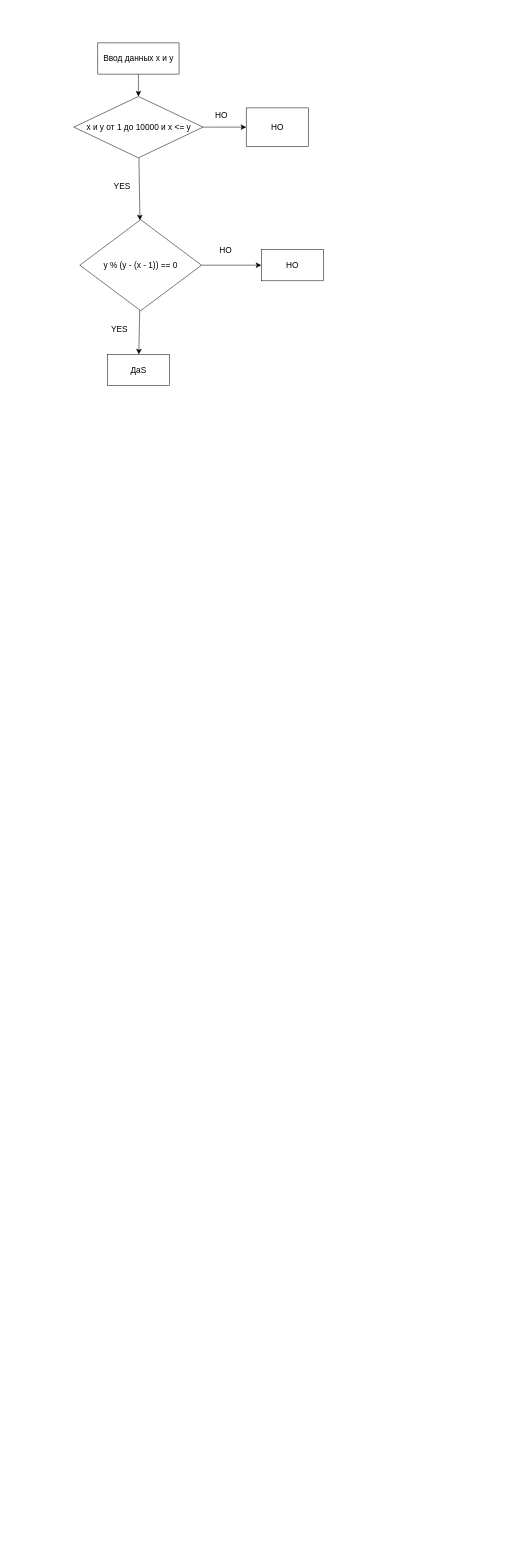
This is 12ооо.drawio from Marina-Tri/trifonova-marina-algoritm, a draw.io file, before an edit. Source tidied: cells renumbered, new cells numbered last; positions are measured from the earlier drawing's top-left corner, leaving out a move shared by most shapes. Both pictures are drawn from the tidied source at 52%, with x=0, y=0 at pixel (74, 43).
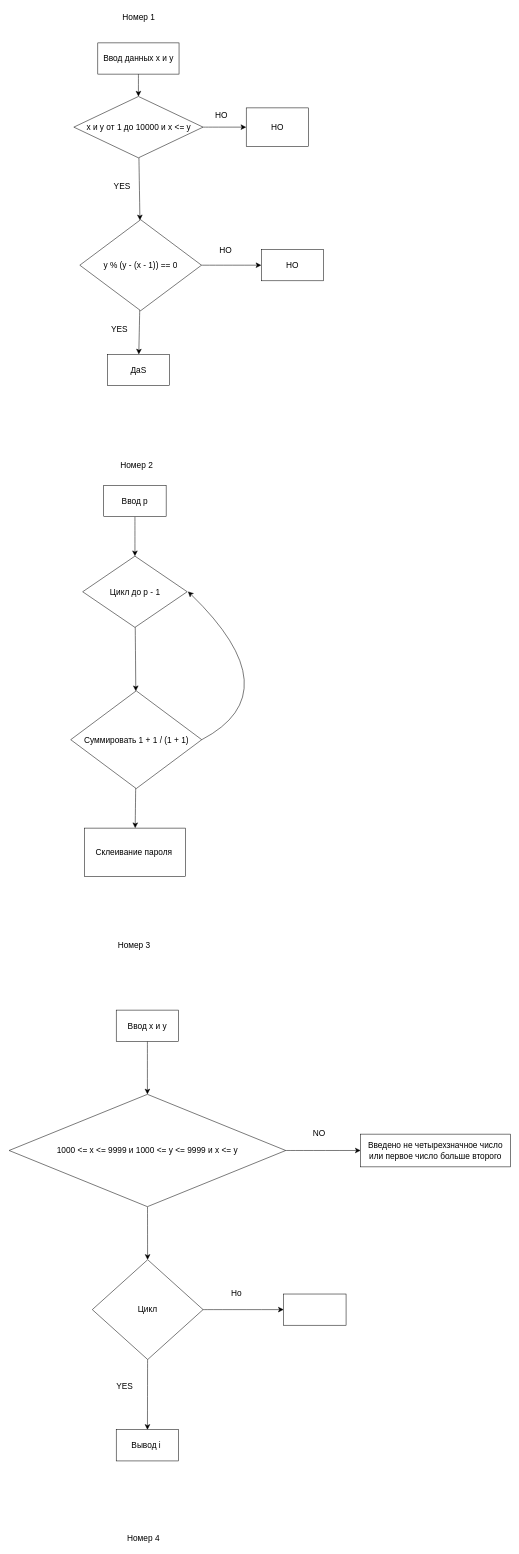
Above is the later version.

Diff of the diagram source:
```diff
@@
+    <mxCell id="17" value="Номер 1" style="text;html=1;align=center;verticalAlign=middle;strokeColor=none;fillColor=none;fontSize=16;" parent="1" vertex="1">
+      <mxGeometry x="83.3" y="-65" width="81" height="31" as="geometry" />
+    </mxCell>
+    <mxCell id="18" value="Номер 2" style="text;html=1;align=center;verticalAlign=middle;strokeColor=none;fillColor=none;fontSize=16;" parent="1" vertex="1">
+      <mxGeometry x="79" y="796" width="81" height="31" as="geometry" />
+    </mxCell>
+    <mxCell id="19" style="edgeStyle=none;curved=1;rounded=0;jettySize=auto;html=1;fontSize=12;startSize=8;endSize=8;" parent="1" edge="1" source="20" target="22">
+      <mxGeometry relative="1" as="geometry" />
+    </mxCell>
+    <mxCell id="20" value="Ввод р" style="whiteSpace=wrap;html=1;fontSize=16;" parent="1" vertex="1">
+      <mxGeometry x="57" y="851" width="120" height="60" as="geometry" />
+    </mxCell>
+    <mxCell id="21" style="edgeStyle=none;curved=1;rounded=0;jettySize=auto;html=1;fontSize=12;startSize=8;endSize=8;" parent="1" edge="1" source="22" target="25">
+      <mxGeometry relative="1" as="geometry" />
+    </mxCell>
+    <mxCell id="22" value="Цикл до р - 1" style="rhombus;whiteSpace=wrap;html=1;fontSize=16;" parent="1" vertex="1">
+      <mxGeometry x="16.5" y="987" width="201" height="137" as="geometry" />
+    </mxCell>
+    <mxCell id="23" style="edgeStyle=none;curved=1;rounded=0;jettySize=auto;html=1;fontSize=12;startSize=8;endSize=8;exitX=1;exitY=0.5;exitDx=0;exitDy=0;" parent="1" edge="1" source="25">
+      <mxGeometry relative="1" as="geometry">
+        <mxPoint x="219" y="1055" as="targetPoint" />
+        <Array as="points">
+          <mxPoint x="419" y="1249" />
+        </Array>
+      </mxGeometry>
+    </mxCell>
+    <mxCell id="24" style="edgeStyle=none;curved=1;rounded=0;jettySize=auto;html=1;fontSize=12;startSize=8;endSize=8;" parent="1" edge="1" source="25" target="26">
+      <mxGeometry relative="1" as="geometry" />
+    </mxCell>
+    <mxCell id="25" value="Суммировать 1 + 1 / (1 + 1)" style="rhombus;whiteSpace=wrap;html=1;fontSize=16;" parent="1" vertex="1">
+      <mxGeometry x="-6.5" y="1246" width="252" height="188" as="geometry" />
+    </mxCell>
+    <mxCell id="26" value="Склеивание пароля&amp;nbsp;" style="whiteSpace=wrap;html=1;fontSize=16;" parent="1" vertex="1">
+      <mxGeometry x="19.6" y="1510" width="194.7" height="93" as="geometry" />
+    </mxCell>
+    <mxCell id="27" value="Номер 3" style="text;html=1;align=center;verticalAlign=middle;strokeColor=none;fillColor=none;fontSize=16;" parent="1" vertex="1">
+      <mxGeometry x="74" y="1719" width="81" height="31" as="geometry" />
+    </mxCell>
+    <mxCell id="28" style="edgeStyle=none;curved=1;rounded=0;jettySize=auto;html=1;fontSize=12;startSize=8;endSize=8;" parent="1" edge="1" source="29" target="32">
+      <mxGeometry relative="1" as="geometry" />
+    </mxCell>
+    <mxCell id="29" value="Ввод х и у" style="whiteSpace=wrap;html=1;fontSize=16;" parent="1" vertex="1">
+      <mxGeometry x="81" y="1860" width="120" height="60" as="geometry" />
+    </mxCell>
+    <mxCell id="30" style="edgeStyle=none;curved=1;rounded=0;jettySize=auto;html=1;fontSize=12;startSize=8;endSize=8;" parent="1" edge="1" source="32" target="33">
+      <mxGeometry relative="1" as="geometry" />
+    </mxCell>
+    <mxCell id="31" style="edgeStyle=none;curved=1;rounded=0;jettySize=auto;html=1;fontSize=12;startSize=8;endSize=8;" parent="1" edge="1" source="32" target="37">
+      <mxGeometry relative="1" as="geometry" />
+    </mxCell>
+    <mxCell id="32" value="1000 &amp;lt;= x &amp;lt;= 9999 и 1000 &amp;lt;= y &amp;lt;= 9999 и x &amp;lt;= y" style="rhombus;whiteSpace=wrap;html=1;fontSize=16;" parent="1" vertex="1">
+      <mxGeometry x="-125" y="2022" width="532" height="216" as="geometry" />
+    </mxCell>
+    <mxCell id="33" value="Введено не четырехзначное число или первое число больше второго" style="whiteSpace=wrap;html=1;fontSize=16;" parent="1" vertex="1">
+      <mxGeometry x="551" y="2098.5" width="288" height="63" as="geometry" />
+    </mxCell>
+    <mxCell id="34" value="NO" style="text;html=1;align=center;verticalAlign=middle;strokeColor=none;fillColor=none;fontSize=16;" parent="1" vertex="1">
+      <mxGeometry x="451" y="2081" width="40" height="31" as="geometry" />
+    </mxCell>
+    <mxCell id="35" style="edgeStyle=none;curved=1;rounded=0;jettySize=auto;html=1;fontSize=12;startSize=8;endSize=8;" parent="1" edge="1" source="37" target="39">
+      <mxGeometry relative="1" as="geometry" />
+    </mxCell>
+    <mxCell id="36" style="edgeStyle=none;curved=1;rounded=0;jettySize=auto;html=1;fontSize=12;startSize=8;endSize=8;" parent="1" edge="1" source="37" target="38">
+      <mxGeometry relative="1" as="geometry" />
+    </mxCell>
+    <mxCell id="37" value="Цикл" style="rhombus;whiteSpace=wrap;html=1;fontSize=16;" parent="1" vertex="1">
+      <mxGeometry x="35" y="2340" width="213" height="192" as="geometry" />
+    </mxCell>
+    <mxCell id="38" value="Вывод i&amp;nbsp;" style="whiteSpace=wrap;html=1;fontSize=16;" parent="1" vertex="1">
+      <mxGeometry x="81" y="2667" width="120" height="60" as="geometry" />
+    </mxCell>
+    <mxCell id="39" style="whiteSpace=wrap;html=1;fontSize=16;" parent="1" vertex="1">
+      <mxGeometry x="403" y="2406" width="120" height="60" as="geometry" />
+    </mxCell>
+    <mxCell id="40" value="Нo" style="text;html=1;align=center;verticalAlign=middle;strokeColor=none;fillColor=none;fontSize=16;" parent="1" vertex="1">
+      <mxGeometry x="292" y="2389" width="39" height="31" as="geometry" />
+    </mxCell>
+    <mxCell id="41" value="YES" style="text;html=1;align=center;verticalAlign=middle;strokeColor=none;fillColor=none;fontSize=16;" parent="1" vertex="1">
+      <mxGeometry x="74" y="2568" width="46" height="31" as="geometry" />
+    </mxCell>
+    <mxCell id="42" value="Номер 4" style="text;html=1;align=center;verticalAlign=middle;strokeColor=none;fillColor=none;fontSize=16;" parent="1" vertex="1">
+      <mxGeometry x="92" y="2859" width="81" height="31" as="geometry" />
+    </mxCell>
```
